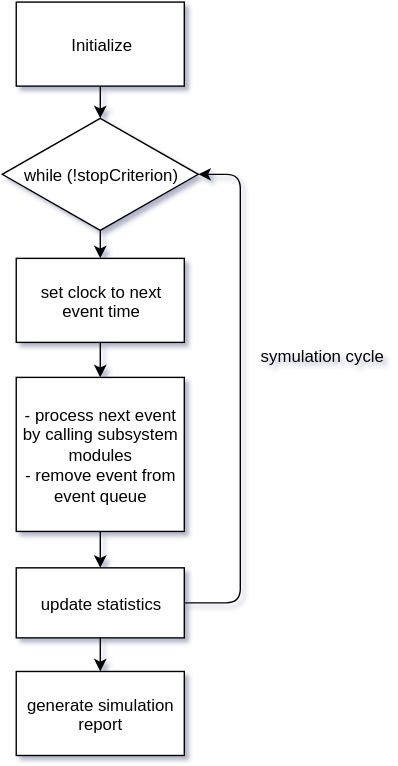
LukasWoodtli/WebPage keeps this draw.io diagram as pelican/content/images/systemc_simulation_engine.svg. Above is the earlier version. Source tidied: cells renumbered, new cells last; positions are measured from the earlier drawing's top-left corner, leaving out a move shared by most shapes.
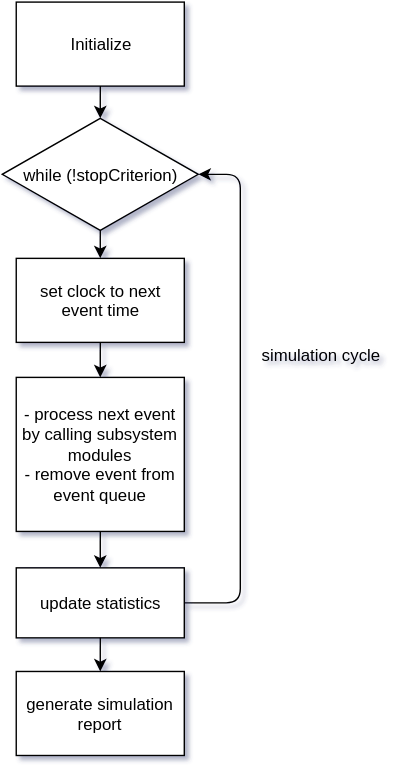
Above is the later version.

What changed in the source:
```diff
@@ -1,7 +1,10 @@
-<mxGraphModel background="#ffffff">
+<mxGraphModel background="#ffffff" shadow="1">
   <root>
     <mxCell id="0" />
     <mxCell id="1" parent="0" />
+    <mxCell id="15" value="simulation cycle&lt;br&gt;" style="text;html=1;strokeColor=none;fillColor=none;align=center;verticalAlign=middle;whiteSpace=wrap;overflow=hidden;direction=north;" parent="1" vertex="1">
+      <mxGeometry x="180" y="236" width="95" height="32" as="geometry" />
+    </mxCell>
     <mxCell id="2" value="Initialize" style="whiteSpace=wrap;html=1;" parent="1" vertex="1">
       <mxGeometry x="10" width="120" height="60" as="geometry" />
     </mxCell>
@@ -12,10 +15,10 @@
       <mxGeometry x="10" y="183" width="120" height="60" as="geometry" />
     </mxCell>
     <mxCell id="5" style="endArrow=classic;html=1;exitX=0.5;exitY=1;entryX=0.5;entryY=0;" parent="1" edge="1" source="2" target="3">
-      <mxGeometry relative="1" as="geometry" />
+      <mxGeometry x="340" y="100" as="geometry" />
     </mxCell>
     <mxCell id="6" style="endArrow=classic;html=1;exitX=0.5;exitY=1;entryX=0.5;entryY=0;" parent="1" edge="1" source="3" target="4">
-      <mxGeometry relative="1" as="geometry" />
+      <mxGeometry x="340" y="203" as="geometry" />
     </mxCell>
     <mxCell id="7" value="- process next event by calling subsystem modules&lt;br&gt;- remove event from event queue&lt;br&gt;" style="whiteSpace=wrap;html=1;" parent="1" vertex="1">
       <mxGeometry x="10" y="268" width="120" height="110" as="geometry" />
@@ -27,24 +30,21 @@
       <mxGeometry x="10" y="478" width="120" height="60" as="geometry" />
     </mxCell>
     <mxCell id="10" style="endArrow=classic;html=1;exitX=0.5;exitY=1;entryX=0.5;entryY=0;" parent="1" edge="1" source="4" target="7">
-      <mxGeometry relative="1" as="geometry" />
+      <mxGeometry x="340" y="283" as="geometry" />
     </mxCell>
     <mxCell id="11" style="endArrow=classic;html=1;exitX=0.5;exitY=1;entryX=0.5;entryY=0;" parent="1" edge="1" source="7" target="8">
-      <mxGeometry relative="1" as="geometry" />
+      <mxGeometry x="340" y="418" as="geometry" />
     </mxCell>
     <mxCell id="12" style="endArrow=classic;html=1;exitX=0.5;exitY=1;entryX=0.5;entryY=0;" parent="1" edge="1" source="8" target="9">
-      <mxGeometry relative="1" as="geometry" />
+      <mxGeometry x="340" y="494" as="geometry" />
     </mxCell>
     <mxCell id="13" style="endArrow=classic;html=1;exitX=1;exitY=0.5;entryX=1;entryY=0.5;" parent="1" edge="1" source="8" target="3">
-      <mxGeometry relative="1" as="geometry">
+      <mxGeometry x="400" y="163" as="geometry">
         <Array as="points">
           <mxPoint x="170" y="429" />
           <mxPoint x="170" y="123" />
         </Array>
       </mxGeometry>
     </mxCell>
-    <mxCell id="14" value="symulation cycle&lt;br&gt;" style="text;html=1;strokeColor=none;fillColor=none;align=center;verticalAlign=middle;whiteSpace=wrap;overflow=hidden;direction=north;" parent="1" vertex="1">
-      <mxGeometry x="180" y="236" width="95" height="32" as="geometry" />
-    </mxCell>
   </root>
 </mxGraphModel>
```
